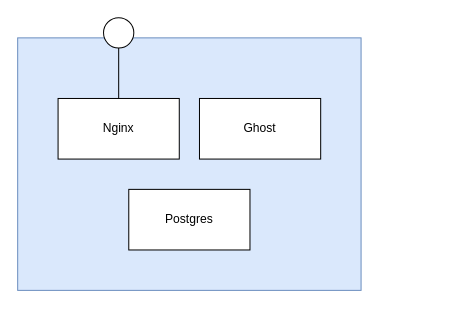
The draw.io diagram ghost_dc_overview.drawio in tillg/ghost.docker.compose, before the edit. Source tidied: cells renumbered, new cells numbered last; positions are measured from the earlier drawing's top-left corner, leaving out a move shared by most shapes. Both pictures are drawn from the tidied source at 101%, with x=0, y=0 at pixel (17, 17).
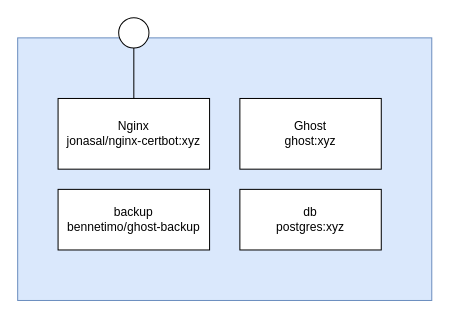
The same page after the edit.

Commit message (it also covers changes not shown here):
Migrated to ghost version 4.21.0

Diff of the diagram source:
```diff
@@
 <mxGraphModel>
   <root>
     <mxCell id="0" />
     <mxCell id="1" parent="0" />
     <mxCell id="2" style="rounded=0;whiteSpace=wrap;html=1;fillColor=#dae8fc;strokeColor=#6c8ebf;" parent="1" vertex="1">
-      <mxGeometry y="20" width="340" height="250" as="geometry" />
+      <mxGeometry y="20" width="410" height="260" as="geometry" />
     </mxCell>
-    <mxCell id="3" value="Nginx" style="rounded=0;whiteSpace=wrap;html=1;" parent="1" vertex="1">
-      <mxGeometry x="40" y="80" width="120" height="60" as="geometry" />
+    <mxCell id="3" value="Nginx&lt;br&gt;jonasal/nginx-certbot:xyz" style="rounded=0;whiteSpace=wrap;html=1;" parent="1" vertex="1">
+      <mxGeometry x="40" y="80" width="150" height="70" as="geometry" />
     </mxCell>
-    <mxCell id="4" value="Postgres" style="rounded=0;whiteSpace=wrap;html=1;" parent="1" vertex="1">
-      <mxGeometry x="110" y="170" width="120" height="60" as="geometry" />
+    <mxCell id="4" value="db&lt;br&gt;postgres:xyz" style="rounded=0;whiteSpace=wrap;html=1;" parent="1" vertex="1">
+      <mxGeometry x="220" y="170" width="140" height="60" as="geometry" />
     </mxCell>
     <mxCell id="5" style="ellipse;whiteSpace=wrap;html=1;" parent="1" vertex="1">
-      <mxGeometry x="85" width="30" height="30" as="geometry" />
+      <mxGeometry x="100" width="30" height="30" as="geometry" />
     </mxCell>
     <mxCell id="6" style="endArrow=none;html=1;entryX=0.5;entryY=1;entryDx=0;entryDy=0;exitX=0.5;exitY=0;exitDx=0;exitDy=0;" parent="1" edge="1" source="3" target="5">
       <mxGeometry relative="1" as="geometry" />
     </mxCell>
-    <mxCell id="7" value="Ghost" style="rounded=0;whiteSpace=wrap;html=1;" parent="1" vertex="1">
-      <mxGeometry x="180" y="80" width="120" height="60" as="geometry" />
+    <mxCell id="7" value="Ghost&lt;br&gt;ghost:xyz" style="rounded=0;whiteSpace=wrap;html=1;" parent="1" vertex="1">
+      <mxGeometry x="220" y="80" width="140" height="70" as="geometry" />
     </mxCell>
+    <mxCell id="8" value="backup&lt;br&gt;bennetimo/ghost-backup" style="rounded=0;whiteSpace=wrap;html=1;" parent="1" vertex="1">
+      <mxGeometry x="40" y="170" width="150" height="60" as="geometry" />
+    </mxCell>
   </root>
 </mxGraphModel>
```
